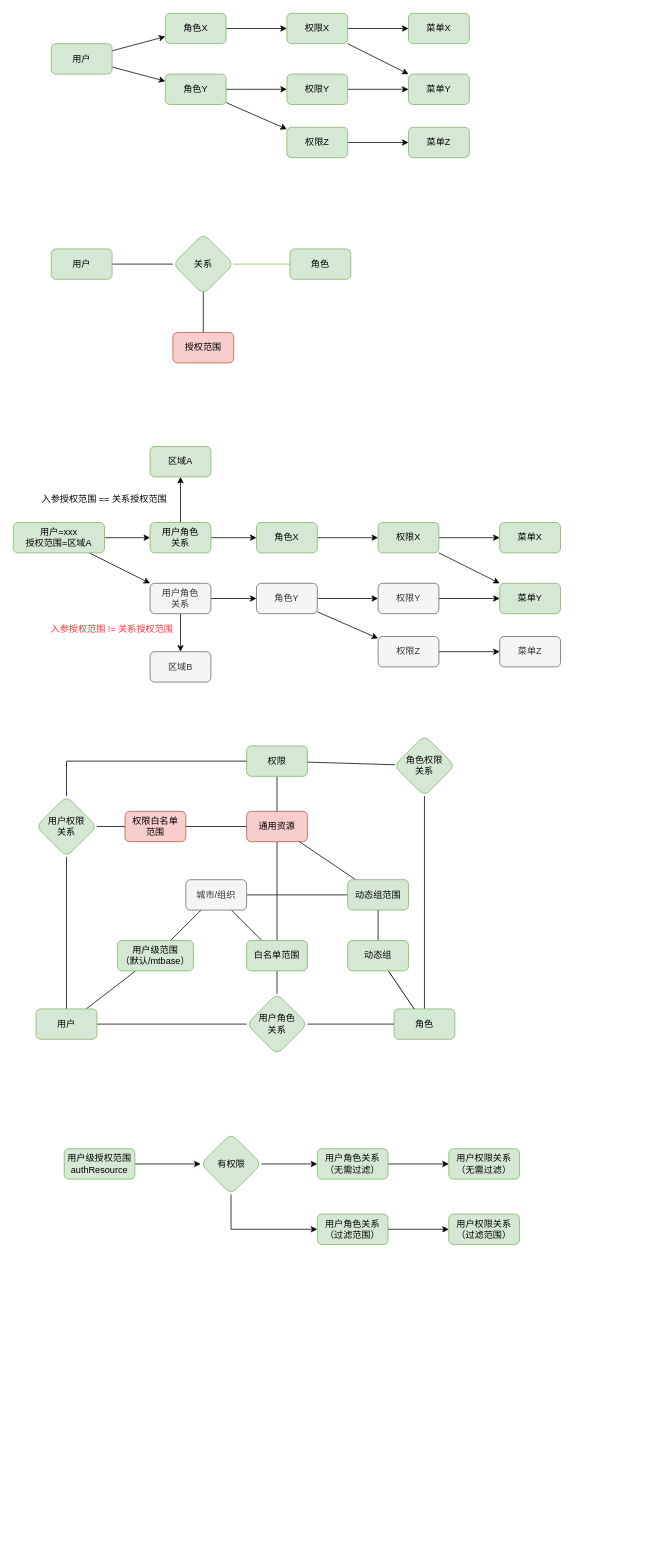
Before: 多租户权限管理.drawio in yamilinqh/spicedb, a draw.io diagram. Source tidied: cells renumbered, new cells numbered last; positions are measured from the earlier drawing's top-left corner, leaving out a move shared by most shapes. Both pictures are drawn from the tidied source at 76%, with x=0, y=0 at pixel (13, 13).
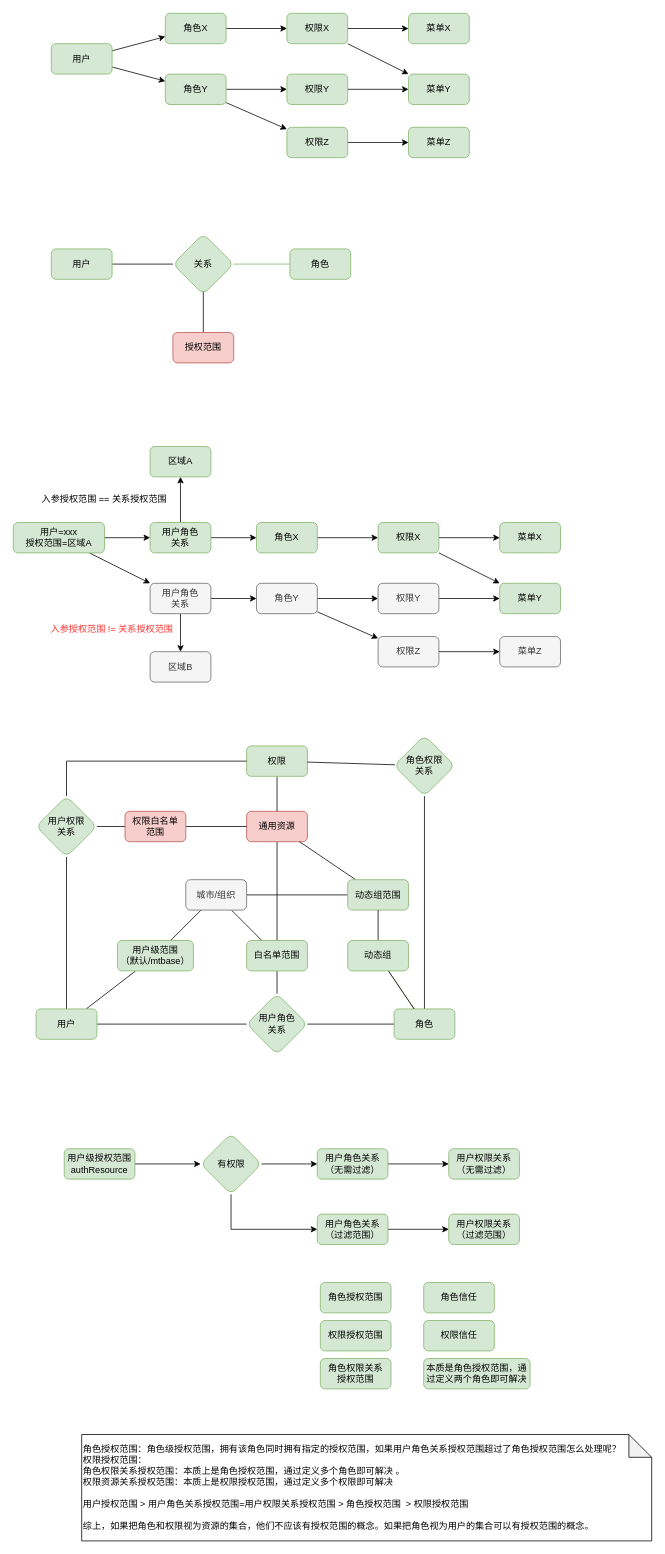
The same page after the edit.

Commit message:
Update 多租户权限管理.drawio

Change to the diagram source:
```diff
@@
+    <mxCell id="98" value="角色授权范围" style="rounded=1;whiteSpace=wrap;html=1;fillColor=#d5e8d4;strokeColor=#82b366;" parent="1" vertex="1">
+      <mxGeometry x="404" y="1670" width="93" height="40" as="geometry" />
+    </mxCell>
+    <mxCell id="99" value="权限授权范围" style="rounded=1;whiteSpace=wrap;html=1;fillColor=#d5e8d4;strokeColor=#82b366;" parent="1" vertex="1">
+      <mxGeometry x="404" y="1720" width="93" height="40" as="geometry" />
+    </mxCell>
+    <mxCell id="100" value="角色权限关系&lt;br&gt;授权范围" style="rounded=1;whiteSpace=wrap;html=1;fillColor=#d5e8d4;strokeColor=#82b366;" parent="1" vertex="1">
+      <mxGeometry x="404" y="1770" width="93" height="40" as="geometry" />
+    </mxCell>
+    <mxCell id="101" value="角色信任" style="rounded=1;whiteSpace=wrap;html=1;fillColor=#d5e8d4;strokeColor=#82b366;" parent="1" vertex="1">
+      <mxGeometry x="540" y="1670" width="93" height="40" as="geometry" />
+    </mxCell>
+    <mxCell id="102" value="权限信任" style="rounded=1;whiteSpace=wrap;html=1;fillColor=#d5e8d4;strokeColor=#82b366;" parent="1" vertex="1">
+      <mxGeometry x="540" y="1720" width="93" height="40" as="geometry" />
+    </mxCell>
+    <mxCell id="103" value="本质是角色授权范围，通过定义两个角色即可解决" style="rounded=1;whiteSpace=wrap;html=1;fillColor=#d5e8d4;strokeColor=#82b366;" parent="1" vertex="1">
+      <mxGeometry x="540" y="1770" width="140" height="40" as="geometry" />
+    </mxCell>
+    <mxCell id="104" value="角色授权范围：角色级授权范围，拥有该角色同时拥有指定的授权范围，如果用户角色关系授权范围超过了角色授权范围怎么处理呢？&lt;br&gt;权限授权范围：&lt;br&gt;角色权限关系授权范围：本质上是角色授权范围，通过定义多个角色即可解决 。&lt;br&gt;权限资源关系授权范围：本质上是权限授权范围，通过定义多个权限即可解决&lt;br&gt;&lt;br&gt;用户授权范围 &amp;gt; 用户角色关系授权范围=用户权限关系授权范围 &amp;gt; 角色授权范围&amp;nbsp; &amp;gt; 权限授权范围&lt;br&gt;&lt;br&gt;综上，如果把角色和权限视为资源的集合，他们不应该有授权范围的概念。如果把角色视为用户的集合可以有授权范围的概念。" style="shape=note;whiteSpace=wrap;html=1;backgroundOutline=1;darkOpacity=0.05;align=left;" parent="1" vertex="1">
+      <mxGeometry x="90" y="1870" width="750" height="140" as="geometry" />
+    </mxCell>
```
